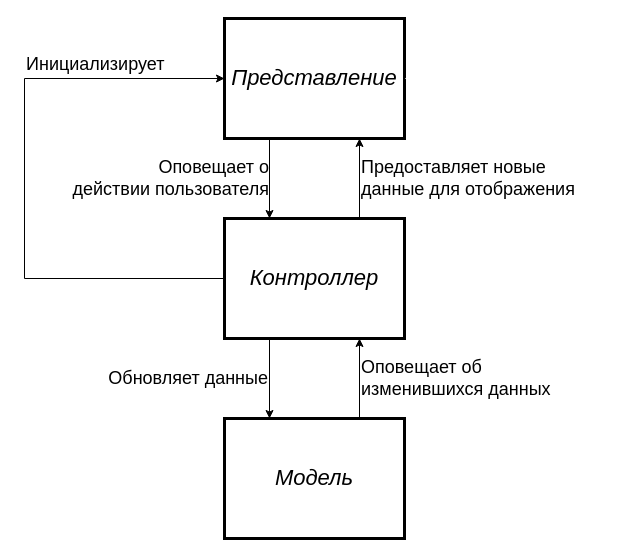
This is diploma/Схема MVC.drawio from andrejHurynovic/bsuirLabs, a draw.io file, before an edit. Source tidied: cells renumbered, new cells numbered last; positions are measured from the earlier drawing's top-left corner, leaving out a move shared by most shapes. Both pictures are drawn from the tidied source at 100%, with x=0, y=0 at pixel (24, 18).
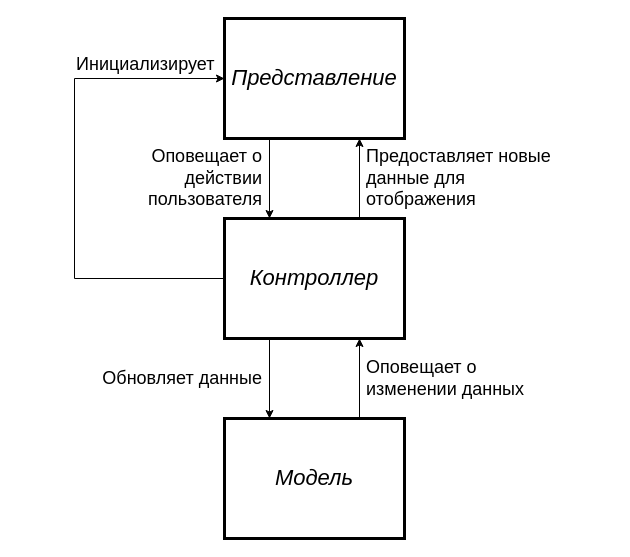
Above is the later version.

What changed in the source:
```diff
@@
 <mxGraphModel>
   <root>
     <mxCell id="0" />
     <mxCell id="1" parent="0" />
     <mxCell id="2" style="edgeStyle=orthogonalEdgeStyle;rounded=0;jettySize=auto;html=1;exitX=0.25;exitY=1;exitDx=0;exitDy=0;entryX=0.25;entryY=0;entryDx=0;entryDy=0;fontFamily=Arial;" parent="1" edge="1" source="4" target="9">
       <mxGeometry relative="1" as="geometry" />
     </mxCell>
-    <mxCell id="3" value="Оповещает о &lt;br style=&quot;font-size: 18px;&quot;&gt;действии пользователя" style="edgeLabel;html=1;align=right;verticalAlign=middle;fontSize=18;fontFamily=Arial;" parent="2" vertex="1">
-      <mxGeometry x="-0.02" relative="1" as="geometry" />
-    </mxCell>
     <mxCell id="4" value="Представление" style="rounded=0;whiteSpace=wrap;html=1;fontSize=22;strokeWidth=3;align=center;fontFamily=Arial;fontStyle=2;" parent="1" vertex="1">
       <mxGeometry x="200" width="180" height="120" as="geometry" />
     </mxCell>
-    <mxCell id="5" value="Обновляет данные" style="edgeStyle=orthogonalEdgeStyle;rounded=0;jettySize=auto;html=1;exitX=0.25;exitY=1;exitDx=0;exitDy=0;entryX=0.25;entryY=0;entryDx=0;entryDy=0;fontFamily=Arial;align=right;fontSize=18;" parent="1" edge="1" source="9" target="11">
+    <mxCell id="5" style="edgeStyle=orthogonalEdgeStyle;rounded=0;jettySize=auto;html=1;exitX=0.25;exitY=1;exitDx=0;exitDy=0;entryX=0.25;entryY=0;entryDx=0;entryDy=0;fontFamily=Arial;align=right;fontSize=18;" parent="1" edge="1" source="9" target="11">
       <mxGeometry relative="1" as="geometry" />
     </mxCell>
-    <mxCell id="6" value="&lt;font style=&quot;font-size: 18px;&quot;&gt;Предоставляет новые &lt;br&gt;данные для отображения&lt;br&gt;&lt;/font&gt;" style="edgeStyle=orthogonalEdgeStyle;rounded=0;jettySize=auto;html=1;exitX=0.75;exitY=0;exitDx=0;exitDy=0;entryX=0.75;entryY=1;entryDx=0;entryDy=0;align=left;fontSize=18;fontFamily=Arial;" parent="1" edge="1" source="9" target="4">
+    <mxCell id="6" value="&lt;font style=&quot;font-size: 18px;&quot;&gt;&lt;br&gt;&lt;/font&gt;" style="edgeStyle=orthogonalEdgeStyle;rounded=0;jettySize=auto;html=1;exitX=0.75;exitY=0;exitDx=0;exitDy=0;entryX=0.75;entryY=1;entryDx=0;entryDy=0;align=left;fontSize=18;fontFamily=Arial;" parent="1" edge="1" source="9" target="4">
       <mxGeometry relative="1" as="geometry" />
     </mxCell>
     <mxCell id="7" style="edgeStyle=orthogonalEdgeStyle;rounded=0;jettySize=auto;html=1;entryX=0;entryY=0.5;entryDx=0;entryDy=0;endArrow=classic;endFill=1;startArrow=none;startFill=0;" parent="1" edge="1" source="9" target="4">
       <mxGeometry relative="1" as="geometry">
         <Array as="points">
-          <mxPoint y="260" />
-          <mxPoint y="60" />
+          <mxPoint x="50" y="260" />
+          <mxPoint x="50" y="60" />
         </Array>
       </mxGeometry>
     </mxCell>
-    <mxCell id="8" value="Оповещает об&lt;br style=&quot;border-color: var(--border-color);&quot;&gt;изменившихся данных" style="edgeStyle=orthogonalEdgeStyle;rounded=0;jettySize=auto;html=1;exitX=0.75;exitY=1;exitDx=0;exitDy=0;entryX=0.75;entryY=0;entryDx=0;entryDy=0;align=left;endArrow=none;endFill=0;startArrow=classic;startFill=1;fontSize=18;fontFamily=Arial;" parent="1" edge="1" source="9" target="11">
+    <mxCell id="8" style="edgeStyle=orthogonalEdgeStyle;rounded=0;jettySize=auto;html=1;exitX=0.75;exitY=1;exitDx=0;exitDy=0;entryX=0.75;entryY=0;entryDx=0;entryDy=0;align=left;endArrow=none;endFill=0;startArrow=classic;startFill=1;fontSize=18;fontFamily=Arial;" parent="1" edge="1" source="9" target="11">
       <mxGeometry relative="1" as="geometry" />
     </mxCell>
     <mxCell id="9" value="&lt;span style=&quot;font-size: 22px;&quot;&gt;Контроллер&lt;/span&gt;" style="rounded=0;whiteSpace=wrap;html=1;fontSize=22;strokeWidth=3;align=center;fontFamily=Arial;fontStyle=2;" parent="1" vertex="1">
       <mxGeometry x="200" y="200" width="180" height="120" as="geometry" />
     </mxCell>
-    <mxCell id="10" style="edgeStyle=orthogonalEdgeStyle;rounded=0;orthogonalLoop=1;jettySize=auto;html=1;entryX=1;entryY=0.5;entryDx=0;entryDy=0;fontSize=18;fontFamily=Arial;align=center;strokeColor=#FFFFFF;" parent="1" edge="1">
-      <mxGeometry x="0.65" y="-20" relative="1" as="geometry">
-        <mxPoint x="380" y="460" as="sourcePoint" />
-        <mxPoint x="380" y="60" as="targetPoint" />
-        <Array as="points">
-          <mxPoint x="580" y="460" />
-          <mxPoint x="580" y="60" />
-        </Array>
-      </mxGeometry>
-    </mxCell>
     <mxCell id="11" value="Модель" style="rounded=0;whiteSpace=wrap;html=1;fontSize=22;strokeWidth=3;align=center;fontFamily=Arial;fontStyle=2;" parent="1" vertex="1">
       <mxGeometry x="200" y="400" width="180" height="120" as="geometry" />
     </mxCell>
     <mxCell id="12" value="&lt;span style=&quot;color: rgb(0, 0, 0); font-family: Arial; font-size: 18px; font-style: normal; font-variant-ligatures: normal; font-variant-caps: normal; font-weight: 400; letter-spacing: normal; orphans: 2; text-align: center; text-indent: 0px; text-transform: none; widows: 2; word-spacing: 0px; -webkit-text-stroke-width: 0px; background-color: rgb(255, 255, 255); text-decoration-thickness: initial; text-decoration-style: initial; text-decoration-color: initial; float: none; display: inline !important;&quot;&gt;Инициализирует&lt;/span&gt;" style="text;whiteSpace=wrap;html=1;verticalAlign=bottom;" parent="1" vertex="1">
-      <mxGeometry y="10" width="170" height="50" as="geometry" />
+      <mxGeometry x="50" y="10" width="170" height="50" as="geometry" />
     </mxCell>
+    <mxCell id="17" value="&lt;span style=&quot;color: rgb(0, 0, 0); font-family: Arial; font-size: 18px; font-style: normal; font-variant-ligatures: normal; font-variant-caps: normal; font-weight: 400; letter-spacing: normal; orphans: 2; text-align: left; text-indent: 0px; text-transform: none; widows: 2; word-spacing: 0px; -webkit-text-stroke-width: 0px; background-color: rgb(255, 255, 255); text-decoration-thickness: initial; text-decoration-style: initial; text-decoration-color: initial; float: none; display: inline !important;&quot;&gt;Предоставляет новые&lt;/span&gt;&lt;br style=&quot;border-color: var(--border-color); color: rgb(0, 0, 0); font-family: Arial; font-size: 18px; font-style: normal; font-variant-ligatures: normal; font-variant-caps: normal; font-weight: 400; letter-spacing: normal; orphans: 2; text-align: left; text-indent: 0px; text-transform: none; widows: 2; word-spacing: 0px; -webkit-text-stroke-width: 0px; background-color: rgb(255, 255, 255); text-decoration-thickness: initial; text-decoration-style: initial; text-decoration-color: initial;&quot;&gt;&lt;span style=&quot;color: rgb(0, 0, 0); font-family: Arial; font-size: 18px; font-style: normal; font-variant-ligatures: normal; font-variant-caps: normal; font-weight: 400; letter-spacing: normal; orphans: 2; text-align: left; text-indent: 0px; text-transform: none; widows: 2; word-spacing: 0px; -webkit-text-stroke-width: 0px; background-color: rgb(255, 255, 255); text-decoration-thickness: initial; text-decoration-style: initial; text-decoration-color: initial; float: none; display: inline !important;&quot;&gt;данные для отображения&lt;/span&gt;" style="text;whiteSpace=wrap;html=1;verticalAlign=middle;" parent="1" vertex="1">
+      <mxGeometry x="340" y="120" width="200" height="80" as="geometry" />
+    </mxCell>
+    <mxCell id="3" value="&lt;span style=&quot;color: rgb(0, 0, 0); font-family: Arial; font-size: 18px; font-style: normal; font-variant-ligatures: normal; font-variant-caps: normal; font-weight: 400; letter-spacing: normal; orphans: 2; text-indent: 0px; text-transform: none; widows: 2; word-spacing: 0px; -webkit-text-stroke-width: 0px; background-color: rgb(255, 255, 255); text-decoration-thickness: initial; text-decoration-style: initial; text-decoration-color: initial; float: none; display: inline !important;&quot;&gt;Оповещает о&lt;/span&gt;&lt;br style=&quot;border-color: var(--border-color); color: rgb(0, 0, 0); font-family: Arial; font-size: 18px; font-style: normal; font-variant-ligatures: normal; font-variant-caps: normal; font-weight: 400; letter-spacing: normal; orphans: 2; text-indent: 0px; text-transform: none; widows: 2; word-spacing: 0px; -webkit-text-stroke-width: 0px; text-decoration-thickness: initial; text-decoration-style: initial; text-decoration-color: initial;&quot;&gt;&lt;span style=&quot;color: rgb(0, 0, 0); font-family: Arial; font-size: 18px; font-style: normal; font-variant-ligatures: normal; font-variant-caps: normal; font-weight: 400; letter-spacing: normal; orphans: 2; text-indent: 0px; text-transform: none; widows: 2; word-spacing: 0px; -webkit-text-stroke-width: 0px; background-color: rgb(255, 255, 255); text-decoration-thickness: initial; text-decoration-style: initial; text-decoration-color: initial; float: none; display: inline !important;&quot;&gt;действии пользователя&lt;/span&gt;" style="text;whiteSpace=wrap;html=1;align=right;verticalAlign=middle;" parent="1" vertex="1">
+      <mxGeometry x="50" y="120" width="190" height="80" as="geometry" />
+    </mxCell>
+    <mxCell id="18" value="&lt;span style=&quot;color: rgb(0, 0, 0); font-family: Arial; font-size: 18px; font-style: normal; font-variant-ligatures: normal; font-variant-caps: normal; font-weight: 400; letter-spacing: normal; orphans: 2; text-indent: 0px; text-transform: none; widows: 2; word-spacing: 0px; -webkit-text-stroke-width: 0px; background-color: rgb(255, 255, 255); text-decoration-thickness: initial; text-decoration-style: initial; text-decoration-color: initial; float: none; display: inline !important;&quot;&gt;Оповещает о&lt;/span&gt;&lt;br style=&quot;border-color: var(--border-color); color: rgb(0, 0, 0); font-family: Arial; font-size: 18px; font-style: normal; font-variant-ligatures: normal; font-variant-caps: normal; font-weight: 400; letter-spacing: normal; orphans: 2; text-indent: 0px; text-transform: none; widows: 2; word-spacing: 0px; -webkit-text-stroke-width: 0px; text-decoration-thickness: initial; text-decoration-style: initial; text-decoration-color: initial;&quot;&gt;&lt;span style=&quot;color: rgb(0, 0, 0); font-family: Arial; font-size: 18px; font-style: normal; font-variant-ligatures: normal; font-variant-caps: normal; font-weight: 400; letter-spacing: normal; orphans: 2; text-indent: 0px; text-transform: none; widows: 2; word-spacing: 0px; -webkit-text-stroke-width: 0px; background-color: rgb(255, 255, 255); text-decoration-thickness: initial; text-decoration-style: initial; text-decoration-color: initial; float: none; display: inline !important;&quot;&gt;изменении данных&lt;/span&gt;" style="text;whiteSpace=wrap;html=1;align=left;verticalAlign=middle;" parent="1" vertex="1">
+      <mxGeometry x="340" y="320" width="200" height="80" as="geometry" />
+    </mxCell>
+    <mxCell id="19" value="&lt;span style=&quot;color: rgb(0, 0, 0); font-family: Arial; font-size: 18px; font-style: normal; font-variant-ligatures: normal; font-variant-caps: normal; font-weight: 400; letter-spacing: normal; orphans: 2; text-indent: 0px; text-transform: none; widows: 2; word-spacing: 0px; -webkit-text-stroke-width: 0px; background-color: rgb(255, 255, 255); text-decoration-thickness: initial; text-decoration-style: initial; text-decoration-color: initial; float: none; display: inline !important;&quot;&gt;Обновляет данные&lt;/span&gt;" style="text;whiteSpace=wrap;html=1;align=right;verticalAlign=middle;" parent="1" vertex="1">
+      <mxGeometry x="40" y="320" width="200" height="80" as="geometry" />
+    </mxCell>
     <mxCell id="13" parent="0" />
     <mxCell id="14" parent="0" />
     <mxCell id="15" parent="0" />
     <mxCell id="16" parent="0" />
   </root>
 </mxGraphModel>
```
